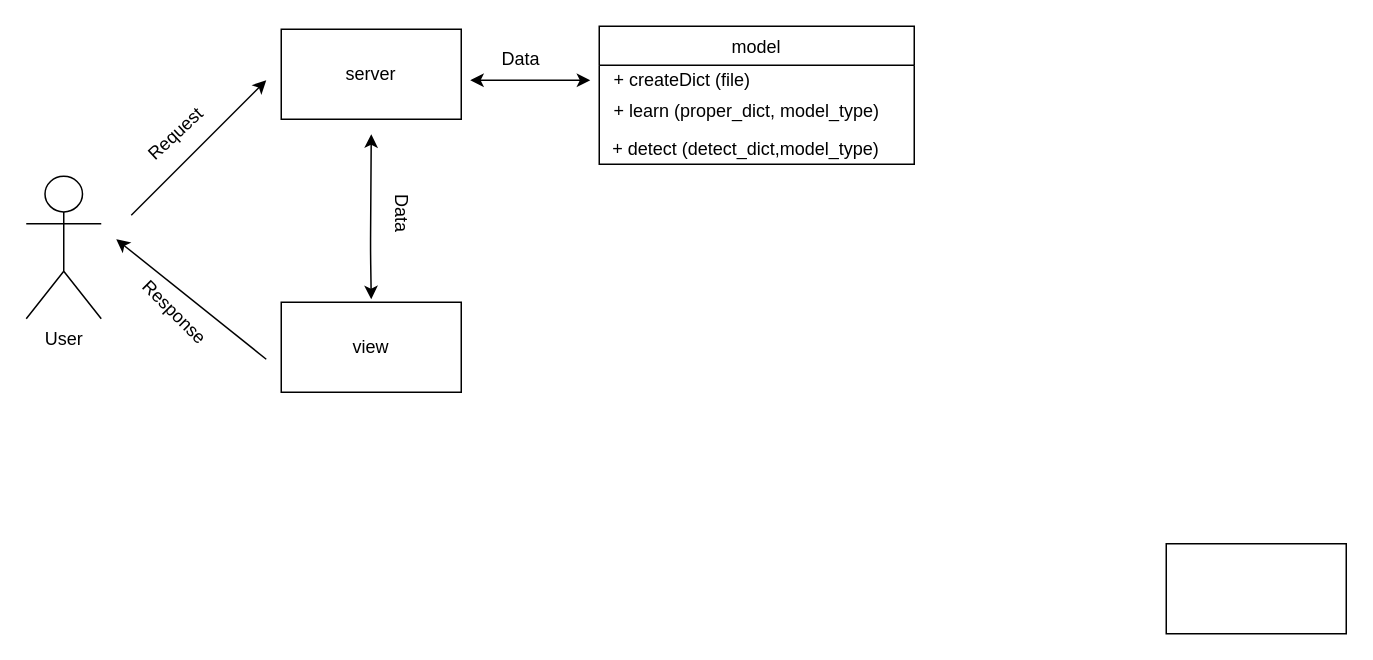
maormalekan/Anomaly-detection-web-app keeps this draw.io diagram as Untitled Diagram.drawio. Above is the earlier version. Source tidied: cells renumbered, new cells numbered last; positions are measured from the earlier drawing's top-left corner, leaving out a move shared by most shapes. Both pictures are drawn from the tidied source at 150%, with x=0, y=0 at pixel (26, 26).
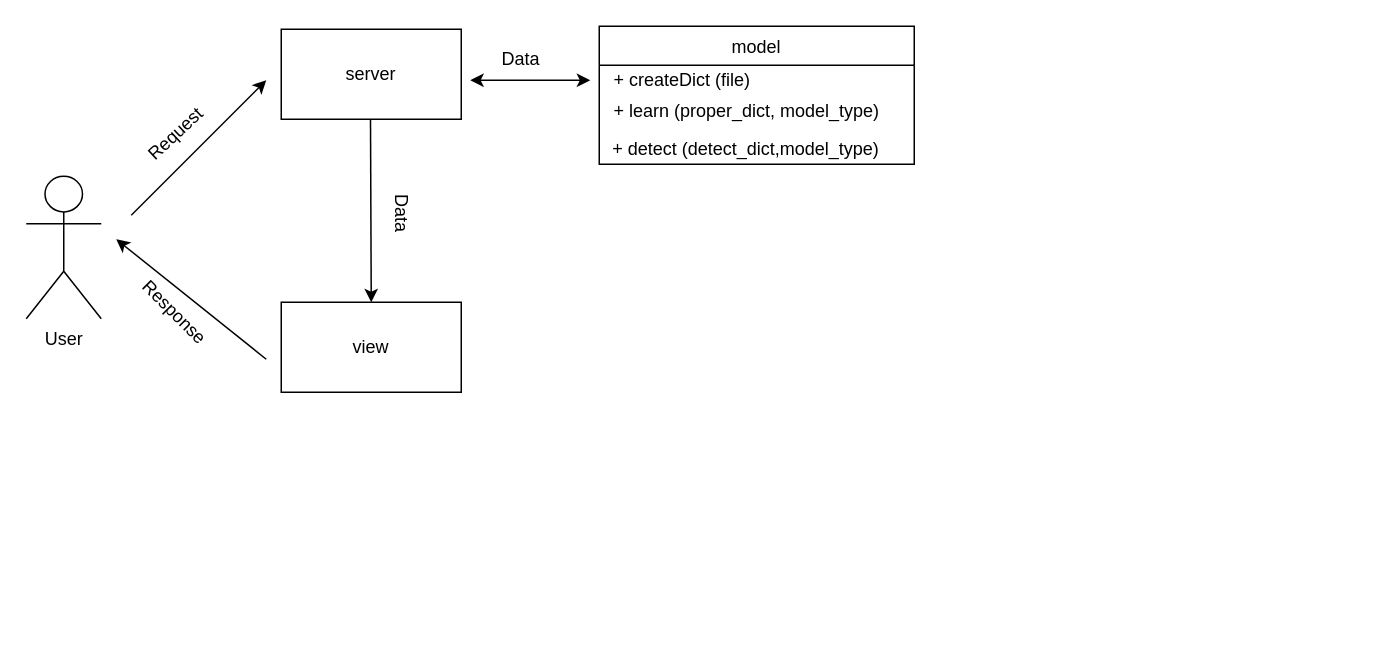
The same diagram, later.

The change refers to these unchanged cells:
```xml
<mxCell id="2" value="view" style="rounded=0;whiteSpace=wrap;html=1;" parent="1" vertex="1">
  <mxGeometry x="170" y="184" width="120" height="60" as="geometry" />
</mxCell>
```

Diff of the diagram source:
```diff
@@
-    <mxCell id="4" style="rounded=0;whiteSpace=wrap;html=1;" parent="1" vertex="1">
-      <mxGeometry x="760" y="345" width="120" height="60" as="geometry" />
-    </mxCell>
-    <mxCell id="5" style="endArrow=classic;startArrow=classic;html=1;" parent="1" edge="1">
-      <mxGeometry relative="1" as="geometry">
-        <mxPoint x="230" y="182" as="sourcePoint" />
-        <mxPoint x="230" y="72" as="targetPoint" />
-        <Array as="points">
-          <mxPoint x="229.5" y="149" />
-        </Array>
-      </mxGeometry>
-    </mxCell>
@@
+    <mxCell id="19" style="endArrow=classic;html=1;entryX=0.5;entryY=0;entryDx=0;entryDy=0;" parent="1" edge="1" target="2">
+      <mxGeometry relative="1" as="geometry">
+        <mxPoint x="229.5" y="62" as="sourcePoint" />
+      </mxGeometry>
+    </mxCell>
```
